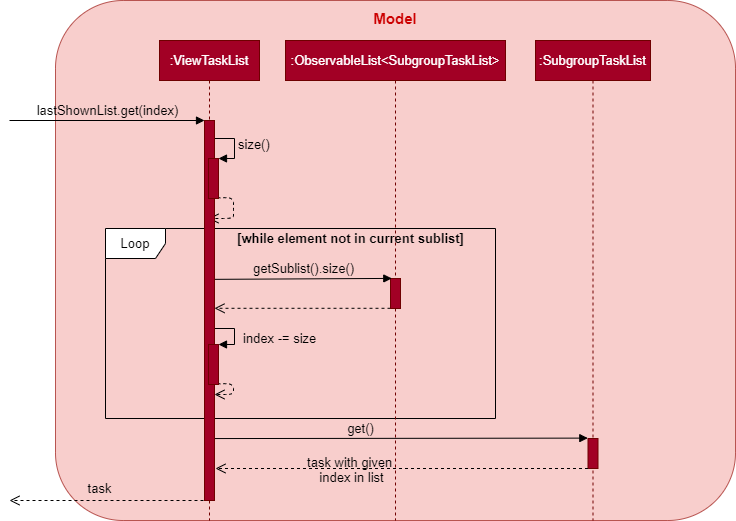
Above: images/ViewTaskListGetSequenceDiagram.png in AY1920S2-CS2103-F09-2/main (draw.io), before the change. Source tidied: cells renumbered, new cells last; positions are measured from the earlier drawing's top-left corner, leaving out a move shared by most shapes.
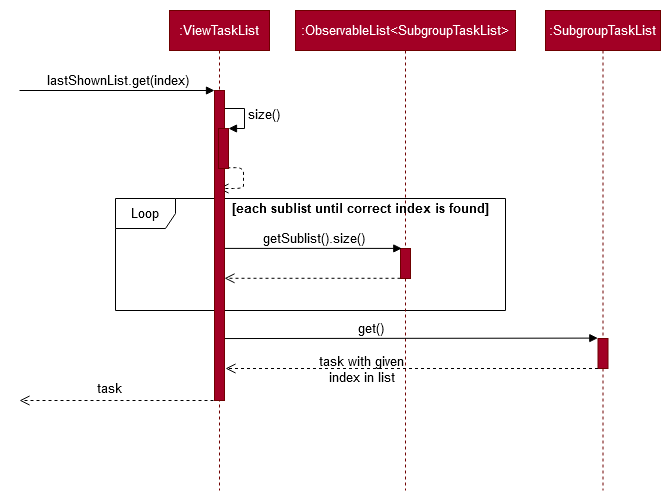
The same file after the commit.

The edit, as a diff of the source:
```diff
@@ -1,42 +1,20 @@
 <mxGraphModel>
   <root>
-    <mxCell id="0" />
-    <mxCell id="1" parent="0" />
-    <mxCell id="2" style="rounded=1;whiteSpace=wrap;html=1;fillColor=#f8cecc;strokeColor=#b85450;arcSize=13;" parent="1" vertex="1">
-      <mxGeometry x="46" width="680" height="520" as="geometry" />
-    </mxCell>
+    <mxCell id="26" />
+    <mxCell id="27" parent="26" />
-    <mxCell id="3" value="Loop" style="shape=umlFrame;whiteSpace=wrap;html=1;fontSize=13;fontColor=#000000;" parent="1" vertex="1">
-      <mxGeometry x="96" y="228" width="390" height="190" as="geometry" />
+    <mxCell id="3" value="Loop" style="shape=umlFrame;whiteSpace=wrap;html=1;fontSize=13;fontColor=#000000;" parent="27" vertex="1">
+      <mxGeometry x="96" y="228" width="390" height="112" as="geometry" />
     </mxCell>
-    <mxCell id="4" value="index -= size" style="edgeStyle=orthogonalEdgeStyle;html=1;align=left;spacingLeft=2;endArrow=block;rounded=0;entryX=1;entryY=0;fillColor=#4D9900;fontSize=13;labelBackgroundColor=none;" parent="1" edge="1" target="24">
-      <mxGeometry x="0.28" y="5" relative="1" as="geometry">
-        <mxPoint x="200" y="324" as="sourcePoint" />
-        <Array as="points">
-          <mxPoint x="200" y="328" />
-          <mxPoint x="225" y="328" />
-          <mxPoint x="225" y="344" />
-        </Array>
-      </mxGeometry>
-    </mxCell>
-    <mxCell id="5" style="html=1;verticalAlign=bottom;endArrow=open;dashed=1;endSize=8;fillColor=#4D9900;exitX=0.883;exitY=0.983;exitDx=0;exitDy=0;exitPerimeter=0;fontSize=13;" parent="1" edge="1" source="24" target="22">
-      <mxGeometry x="-0.3" y="-20" relative="1" as="geometry">
-        <Array as="points">
-          <mxPoint x="224" y="383" />
-          <mxPoint x="224" y="394" />
-        </Array>
-        <mxPoint x="40" as="offset" />
-      </mxGeometry>
-    </mxCell>
-    <mxCell id="6" value=":ViewTaskList" style="shape=umlLifeline;perimeter=lifelinePerimeter;whiteSpace=wrap;html=1;shadow=0;fillColor=#a20025;fontSize=13;fontColor=#ffffff;strokeColor=#6F0000;" parent="1" vertex="1">
+    <mxCell id="6" value=":ViewTaskList" style="shape=umlLifeline;perimeter=lifelinePerimeter;whiteSpace=wrap;html=1;shadow=0;fillColor=#a20025;fontSize=13;fontColor=#ffffff;strokeColor=#6F0000;" parent="27" vertex="1">
       <mxGeometry x="150" y="40" width="100" height="480" as="geometry" />
     </mxCell>
-    <mxCell id="7" value="lastShownList.get(index)" style="html=1;verticalAlign=bottom;endArrow=block;fillColor=#4D9900;fontSize=13;labelBackgroundColor=none;" parent="1" edge="1">
+    <mxCell id="7" value="lastShownList.get(index)" style="html=1;verticalAlign=bottom;endArrow=block;fillColor=#4D9900;fontSize=13;" parent="27" edge="1">
       <mxGeometry relative="1" as="geometry">
         <mxPoint y="120" as="sourcePoint" />
         <mxPoint x="195" y="120" as="targetPoint" />
       </mxGeometry>
     </mxCell>
-    <mxCell id="8" value="size()" style="edgeStyle=orthogonalEdgeStyle;html=1;align=left;spacingLeft=2;endArrow=block;rounded=0;entryX=1;entryY=0;fillColor=#4D9900;fontSize=13;labelBackgroundColor=none;" parent="1" edge="1" target="23">
+    <mxCell id="8" value="size()" style="edgeStyle=orthogonalEdgeStyle;html=1;align=left;spacingLeft=2;endArrow=block;rounded=0;entryX=1;entryY=0;fillColor=#4D9900;fontSize=13;" parent="27" edge="1" target="36">
       <mxGeometry relative="1" as="geometry">
         <mxPoint x="200" y="138" as="sourcePoint" />
         <Array as="points">
@@ -45,72 +23,68 @@
         </Array>
       </mxGeometry>
     </mxCell>
-    <mxCell id="9" style="html=1;verticalAlign=bottom;endArrow=open;dashed=1;endSize=8;fillColor=#4D9900;exitX=0.883;exitY=0.983;exitDx=0;exitDy=0;exitPerimeter=0;fontSize=13;" parent="1" edge="1" source="23">
-      <mxGeometry x="-0.3" y="-20" relative="1" as="geometry">
-        <mxPoint x="199" y="218" as="targetPoint" />
-        <Array as="points">
-          <mxPoint x="224" y="197" />
-          <mxPoint x="224" y="208" />
-          <mxPoint x="224" y="218" />
-          <mxPoint x="224" y="218" />
-        </Array>
-        <mxPoint x="40" as="offset" />
-      </mxGeometry>
-    </mxCell>
+    <mxCell id="28" style="html=1;verticalAlign=bottom;endArrow=open;dashed=1;endSize=8;fillColor=#4D9900;exitX=0.883;exitY=0.983;exitDx=0;exitDy=0;exitPerimeter=0;fontSize=13;" parent="27" edge="1" source="36">
+      <mxGeometry x="-0.3" y="-20" relative="1" as="geometry">
+        <mxPoint x="199" y="218" as="targetPoint" />
+        <Array as="points">
+          <mxPoint x="224" y="197" />
+          <mxPoint x="224" y="208" />
+          <mxPoint x="224" y="218" />
+          <mxPoint x="224" y="218" />
+        </Array>
+        <mxPoint x="40" as="offset" />
+      </mxGeometry>
+    </mxCell>
-    <mxCell id="10" value=":ObservableList&amp;lt;SubgroupTaskList&amp;gt;" style="shape=umlLifeline;perimeter=lifelinePerimeter;whiteSpace=wrap;html=1;shadow=0;fillColor=#a20025;fontSize=13;fontColor=#ffffff;strokeColor=#6F0000;" parent="1" vertex="1">
+    <mxCell id="10" value=":ObservableList&amp;lt;SubgroupTaskList&amp;gt;" style="shape=umlLifeline;perimeter=lifelinePerimeter;whiteSpace=wrap;html=1;shadow=0;fillColor=#a20025;fontSize=13;fontColor=#ffffff;strokeColor=#6F0000;" parent="27" vertex="1">
       <mxGeometry x="276" y="40" width="220" height="480" as="geometry" />
     </mxCell>
-    <mxCell id="11" value="task" style="html=1;verticalAlign=bottom;endArrow=open;dashed=1;endSize=8;fillColor=#4D9900;fontSize=13;labelBackgroundColor=none;" parent="1" edge="1">
+    <mxCell id="11" value="task" style="html=1;verticalAlign=bottom;endArrow=open;dashed=1;endSize=8;fillColor=#4D9900;fontSize=13;" parent="27" edge="1">
       <mxGeometry x="0.1" y="-2" relative="1" as="geometry">
-        <mxPoint x="200" y="500" as="sourcePoint" />
-        <mxPoint y="500" as="targetPoint" />
+        <mxPoint x="200" y="430" as="sourcePoint" />
+        <mxPoint y="430" as="targetPoint" />
       </mxGeometry>
     </mxCell>
-    <mxCell id="12" style="html=1;points=[];perimeter=orthogonalPerimeter;shadow=0;fillColor=#6666FF;fontSize=13;" parent="1" vertex="1">
-      <mxGeometry x="381" y="278" width="10" height="30" as="geometry" />
-    </mxCell>
-    <mxCell id="13" style="html=1;verticalAlign=bottom;endArrow=open;dashed=1;endSize=8;fillColor=#4D9900;fontSize=13;exitX=0;exitY=0.993;exitDx=0;exitDy=0;exitPerimeter=0;" parent="1" edge="1" source="12" target="22">
-      <mxGeometry relative="1" as="geometry" />
-    </mxCell>
-    <mxCell id="14" value="[while element not in current sublist]" style="text;html=1;align=center;verticalAlign=middle;fontSize=13;fontColor=#000000;fontStyle=1;" parent="1" vertex="1">
-      <mxGeometry x="216" y="228" width="250" height="20" as="geometry" />
-    </mxCell>
+    <mxCell id="29" style="html=1;points=[];perimeter=orthogonalPerimeter;shadow=0;fillColor=#6666FF;fontSize=13;" parent="27" vertex="1">
+      <mxGeometry x="381" y="278" width="10" height="30" as="geometry" />
+    </mxCell>
+    <mxCell id="30" style="html=1;verticalAlign=bottom;endArrow=open;dashed=1;endSize=8;fillColor=#4D9900;fontSize=13;exitX=0;exitY=0.993;exitDx=0;exitDy=0;exitPerimeter=0;" parent="27" edge="1" source="29" target="35">
+      <mxGeometry relative="1" as="geometry" />
+    </mxCell>
+    <mxCell id="31" value="[each sublist until correct index is found]" style="text;html=1;align=center;verticalAlign=middle;fontSize=13;fontColor=#000000;fontStyle=1;" parent="27" vertex="1">
+      <mxGeometry x="206" y="228" width="270" height="20" as="geometry" />
+    </mxCell>
-    <mxCell id="15" value=":SubgroupTaskList" style="shape=umlLifeline;perimeter=lifelinePerimeter;whiteSpace=wrap;html=1;shadow=0;fillColor=#a20025;fontSize=13;fontColor=#ffffff;strokeColor=#6F0000;" parent="1" vertex="1">
+    <mxCell id="15" value=":SubgroupTaskList" style="shape=umlLifeline;perimeter=lifelinePerimeter;whiteSpace=wrap;html=1;shadow=0;fillColor=#a20025;fontSize=13;fontColor=#ffffff;strokeColor=#6F0000;" parent="27" vertex="1">
       <mxGeometry x="526" y="40" width="115" height="480" as="geometry" />
     </mxCell>
-    <mxCell id="16" style="html=1;points=[];perimeter=orthogonalPerimeter;shadow=0;fillColor=#a20025;fontSize=13;strokeColor=#6F0000;fontColor=#ffffff;" parent="15" vertex="1">
-      <mxGeometry x="52.5" y="398" width="10" height="30" as="geometry" />
-    </mxCell>
+    <mxCell id="32" style="html=1;points=[];perimeter=orthogonalPerimeter;shadow=0;fillColor=#a20025;fontSize=13;strokeColor=#6F0000;fontColor=#ffffff;" parent="15" vertex="1">
+      <mxGeometry x="52.5" y="328" width="10" height="30" as="geometry" />
+    </mxCell>
-    <mxCell id="17" value="get()" style="html=1;verticalAlign=bottom;endArrow=block;fillColor=#4D9900;fontSize=13;entryX=-0.019;entryY=-0.013;entryDx=0;entryDy=0;entryPerimeter=0;exitX=1;exitY=0.837;exitDx=0;exitDy=0;exitPerimeter=0;labelBackgroundColor=none;" parent="1" edge="1" source="22" target="16">
-      <mxGeometry x="-0.22" relative="1" as="geometry" />
+    <mxCell id="17" value="get()" style="html=1;verticalAlign=bottom;endArrow=block;fillColor=#4D9900;fontSize=13;entryX=-0.019;entryY=-0.013;entryDx=0;entryDy=0;entryPerimeter=0;exitX=1;exitY=0.837;exitDx=0;exitDy=0;exitPerimeter=0;" parent="27" edge="1" target="32">
+      <mxGeometry x="-0.22" relative="1" as="geometry">
+        <mxPoint x="205" y="368.1" as="sourcePoint" />
+      </mxGeometry>
     </mxCell>
-    <mxCell id="18" style="html=1;verticalAlign=bottom;endArrow=open;dashed=1;endSize=8;fillColor=#4D9900;fontSize=13;" parent="1" edge="1" source="16">
-      <mxGeometry relative="1" as="geometry">
-        <mxPoint x="206" y="468" as="targetPoint" />
-      </mxGeometry>
-    </mxCell>
+    <mxCell id="33" style="html=1;verticalAlign=bottom;endArrow=open;dashed=1;endSize=8;fillColor=#4D9900;fontSize=13;" parent="27" edge="1" source="32">
+      <mxGeometry relative="1" as="geometry">
+        <mxPoint x="206" y="398" as="targetPoint" />
+      </mxGeometry>
+    </mxCell>
-    <mxCell id="19" value="&lt;div&gt;task with given &lt;br&gt;&lt;/div&gt;&lt;div&gt;index in list&lt;/div&gt;" style="text;html=1;align=center;verticalAlign=middle;fontSize=13;fontColor=#000000;" parent="18" vertex="1">
+    <mxCell id="19" value="&lt;div&gt;task with given &lt;br&gt;&lt;/div&gt;&lt;div&gt;index in list&lt;/div&gt;" style="text;html=1;align=center;verticalAlign=middle;fontSize=13;fontColor=#000000;" parent="33" vertex="1">
       <mxGeometry x="-0.58" y="1" relative="1" as="geometry">
         <mxPoint x="-160" y="-1" as="offset" />
       </mxGeometry>
     </mxCell>
-    <mxCell id="20" style="html=1;perimeter=orthogonalPerimeter;shadow=0;fillColor=#a20025;fontSize=13;strokeColor=#6F0000;fontColor=#ffffff;" parent="1" vertex="1">
-      <mxGeometry x="381" y="278" width="10" height="30" as="geometry" />
-    </mxCell>
+    <mxCell id="34" style="html=1;perimeter=orthogonalPerimeter;shadow=0;fillColor=#a20025;fontSize=13;strokeColor=#6F0000;fontColor=#ffffff;" parent="27" vertex="1">
+      <mxGeometry x="381" y="278" width="10" height="30" as="geometry" />
+    </mxCell>
-    <mxCell id="21" value="getSublist().size()" style="html=1;verticalAlign=bottom;endArrow=block;fillColor=#4D9900;fontSize=13;entryX=0.129;entryY=-0.003;entryDx=0;entryDy=0;entryPerimeter=0;exitX=1.006;exitY=0.418;exitDx=0;exitDy=0;exitPerimeter=0;labelBackgroundColor=none;" parent="1" edge="1" source="22" target="12">
+    <mxCell id="21" value="getSublist().size()" style="html=1;verticalAlign=bottom;endArrow=block;fillColor=#4D9900;fontSize=13;entryX=0.129;entryY=-0.003;entryDx=0;entryDy=0;entryPerimeter=0;" parent="27" edge="1" source="35" target="29">
       <mxGeometry relative="1" as="geometry" />
     </mxCell>
-    <mxCell id="22" style="html=1;points=[];perimeter=orthogonalPerimeter;shadow=0;fillColor=#a20025;fontSize=13;strokeColor=#6F0000;fontColor=#ffffff;" parent="1" vertex="1">
-      <mxGeometry x="195" y="120" width="10" height="380" as="geometry" />
-    </mxCell>
-    <mxCell id="23" style="html=1;points=[];perimeter=orthogonalPerimeter;shadow=0;fillColor=#a20025;fontSize=13;strokeColor=#6F0000;fontColor=#ffffff;" parent="1" vertex="1">
-      <mxGeometry x="199" y="158" width="10" height="40" as="geometry" />
-    </mxCell>
-    <mxCell id="24" style="html=1;points=[];perimeter=orthogonalPerimeter;shadow=0;fillColor=#a20025;fontSize=13;strokeColor=#6F0000;fontColor=#ffffff;" parent="1" vertex="1">
-      <mxGeometry x="199" y="344" width="10" height="40" as="geometry" />
-    </mxCell>
-    <mxCell id="25" value="&lt;font style=&quot;font-size: 15px&quot; color=&quot;#cc0000&quot;&gt;&lt;b&gt;Model&lt;/b&gt;&lt;/font&gt;" style="text;html=1;strokeColor=none;fillColor=none;align=center;verticalAlign=middle;whiteSpace=wrap;rounded=0;" parent="1" vertex="1">
-      <mxGeometry x="366" y="8" width="40" height="20" as="geometry" />
-    </mxCell>
+    <mxCell id="35" style="html=1;points=[];perimeter=orthogonalPerimeter;shadow=0;fillColor=#a20025;fontSize=13;strokeColor=#6F0000;fontColor=#ffffff;" parent="27" vertex="1">
+      <mxGeometry x="195" y="120" width="10" height="310" as="geometry" />
+    </mxCell>
+    <mxCell id="36" style="html=1;points=[];perimeter=orthogonalPerimeter;shadow=0;fillColor=#a20025;fontSize=13;strokeColor=#6F0000;fontColor=#ffffff;" parent="27" vertex="1">
+      <mxGeometry x="199" y="158" width="10" height="40" as="geometry" />
+    </mxCell>
   </root>
 </mxGraphModel>
```
